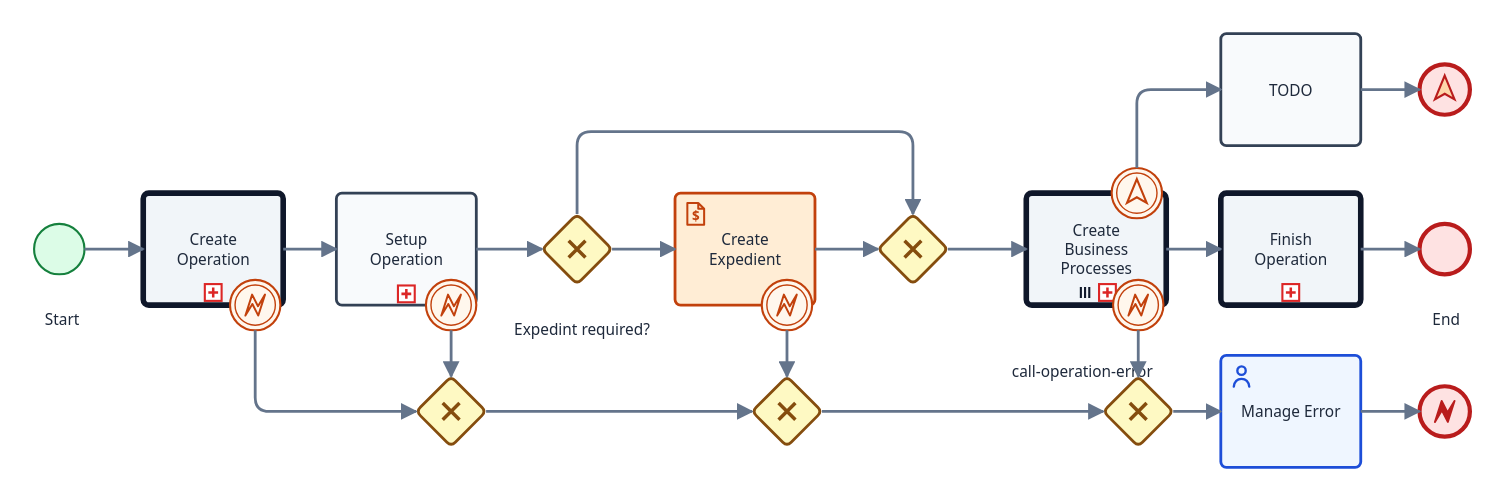
Earlier version of the BPMN export operations/130_Operation Management Process.svg (acarvajalperez/bpmn-diagrams). Its source is kept beside it as operations/130_Operation Management Process.bpmn. Ids are renumbered.
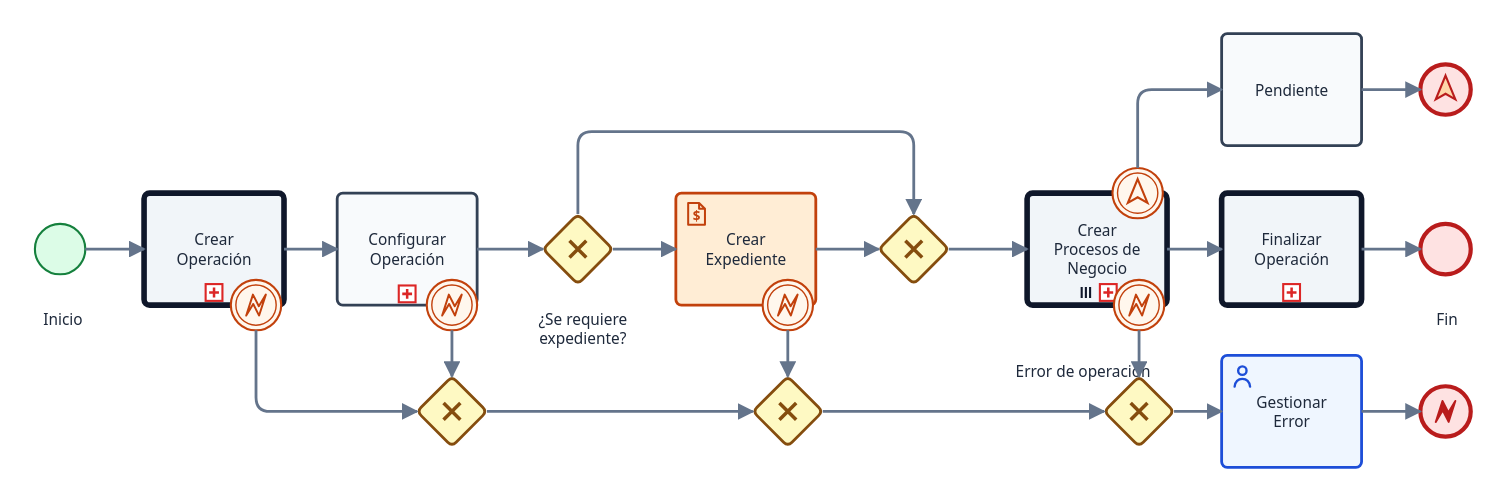
After the commit.

What changed in the source:
```diff
@@ -3,13 +3,13 @@
   <bpmn:error id="Error_n2" name="Error_1" errorCode="1" />
   <bpmn:error id="Error_n3" name="Error_2" errorCode="2" />
   <bpmn:escalation id="Escalation_n4" name="Escalation_n4" escalationCode="Escalation_n4" />
-  <bpmn:process id="process-manage-operation" name="Operation Management Process" isExecutable="true">
+  <bpmn:process id="process-manage-operation" name="Proceso de Gestión de Operaciones" isExecutable="true">
     <bpmn:extensionElements />
-    <bpmn:task id="Activity_n5" name="TODO">
+    <bpmn:task id="Activity_n5" name="Pendiente">
       <bpmn:incoming>Flow_n6</bpmn:incoming>
       <bpmn:outgoing>Flow_n7</bpmn:outgoing>
     </bpmn:task>
-    <bpmn:callActivity id="activity-create-business-processes" name="Create Business Processes">
+    <bpmn:callActivity id="activity-create-business-processes" name="Crear Procesos de Negocio">
       <bpmn:extensionElements>
         <zeebe:ioMapping>
           <zeebe:input source="=request.id" target="requestId" />
@@ -32,12 +32,12 @@
         </bpmn:extensionElements>
       </bpmn:multiInstanceLoopCharacteristics>
     </bpmn:callActivity>
-    <bpmn:boundaryEvent id="Event_n10" name="call-operation-error" attachedToRef="activity-create-business-processes">
+    <bpmn:boundaryEvent id="Event_n10" name="Error de operación" attachedToRef="activity-create-business-processes">
       <bpmn:extensionElements />
       <bpmn:outgoing>Flow_n11</bpmn:outgoing>
       <bpmn:errorEventDefinition id="ErrorEventDefinition_n12" />
     </bpmn:boundaryEvent>
-    <bpmn:callActivity id="activity-create-operation" name="Create Operation">
+    <bpmn:callActivity id="activity-create-operation" name="Crear Operación">
       <bpmn:extensionElements>
         <zeebe:calledElement processId="process-create-operation" propagateAllChildVariables="false" propagateAllParentVariables="false" />
         <zeebe:ioMapping>
@@ -48,7 +48,7 @@
       <bpmn:incoming>Flow_n13</bpmn:incoming>
       <bpmn:outgoing>Flow_n14</bpmn:outgoing>
     </bpmn:callActivity>
-    <bpmn:endEvent id="Event_n15" name="End">
+    <bpmn:endEvent id="Event_n15" name="Fin">
       <bpmn:incoming>Flow_n16</bpmn:incoming>
     </bpmn:endEvent>
     <bpmn:boundaryEvent id="Event_n17" attachedToRef="activity-create-business-processes">
@@ -81,12 +81,12 @@
       <bpmn:outgoing>Flow_n31</bpmn:outgoing>
       <bpmn:errorEventDefinition id="ErrorEventDefinition_n32" />
     </bpmn:boundaryEvent>
-    <bpmn:exclusiveGateway id="Gateway_n33" name="Expedint required?">
+    <bpmn:exclusiveGateway id="Gateway_n33" name="¿Se requiere expediente?">
       <bpmn:incoming>Flow_n34</bpmn:incoming>
       <bpmn:outgoing>Flow_n35</bpmn:outgoing>
       <bpmn:outgoing>Flow_n36</bpmn:outgoing>
     </bpmn:exclusiveGateway>
-    <bpmn:callActivity id="activity-finish-operation" name="Finish Operation">
+    <bpmn:callActivity id="activity-finish-operation" name="Finalizar Operación">
       <bpmn:extensionElements>
         <zeebe:calledElement processId="process-finish-operation" propagateAllChildVariables="false" propagateAllParentVariables="false" />
         <zeebe:ioMapping>
@@ -140,7 +140,7 @@
       <bpmn:incoming>Flow_n38</bpmn:incoming>
       <bpmn:outgoing>Flow_n45</bpmn:outgoing>
     </bpmn:exclusiveGateway>
-    <bpmn:userTask id="Activity_n43" name="Manage Error">
+    <bpmn:userTask id="Activity_n43" name="Gestionar Error">
       <bpmn:extensionElements>
         <zeebe:ioMapping>
           <zeebe:output source="=&#34;ERROR&#34;" target="operation.result" />
@@ -152,7 +152,7 @@
       <bpmn:incoming>Flow_n42</bpmn:incoming>
       <bpmn:outgoing>Flow_n28</bpmn:outgoing>
     </bpmn:userTask>
-    <bpmn:subProcess id="activity-setup-operation" name="Setup Operation">
+    <bpmn:subProcess id="activity-setup-operation" name="Configurar Operación">
       <bpmn:extensionElements>
         <zeebe:ioMapping>
           <zeebe:input source="=operation_definition_id" target="operation_definition_id" />
@@ -174,7 +174,7 @@
       </bpmn:startEvent>
       <bpmn:sequenceFlow id="Flow_n49" sourceRef="Event_n48" targetRef="Activity_n50" />
       <bpmn:sequenceFlow id="Flow_n47" sourceRef="Activity_n50" targetRef="Event_n46" />
-      <bpmn:scriptTask id="Activity_n50" name="Get operation setup">
+      <bpmn:scriptTask id="Activity_n50" name="Obtener Configuración de la Operación">
         <bpmn:extensionElements>
           <zeebe:script expression="=operation_setup_repository[id = operation_definition_id][1]" resultVariable="setup" />
           <zeebe:ioMapping>
@@ -186,11 +186,11 @@
         <bpmn:outgoing>Flow_n47</bpmn:outgoing>
       </bpmn:scriptTask>
     </bpmn:subProcess>
-    <bpmn:startEvent id="StartEvent_1" name="Start">
+    <bpmn:startEvent id="StartEvent_1" name="Inicio">
       <bpmn:extensionElements />
       <bpmn:outgoing>Flow_n13</bpmn:outgoing>
     </bpmn:startEvent>
-    <bpmn:scriptTask id="activity-create-expedient" name="Create Expedient">
+    <bpmn:scriptTask id="activity-create-expedient" name="Crear Expediente">
       <bpmn:extensionElements>
         <zeebe:ioMapping>
           <zeebe:output source="=expedientId" target="operation.expedient_id" />
```
